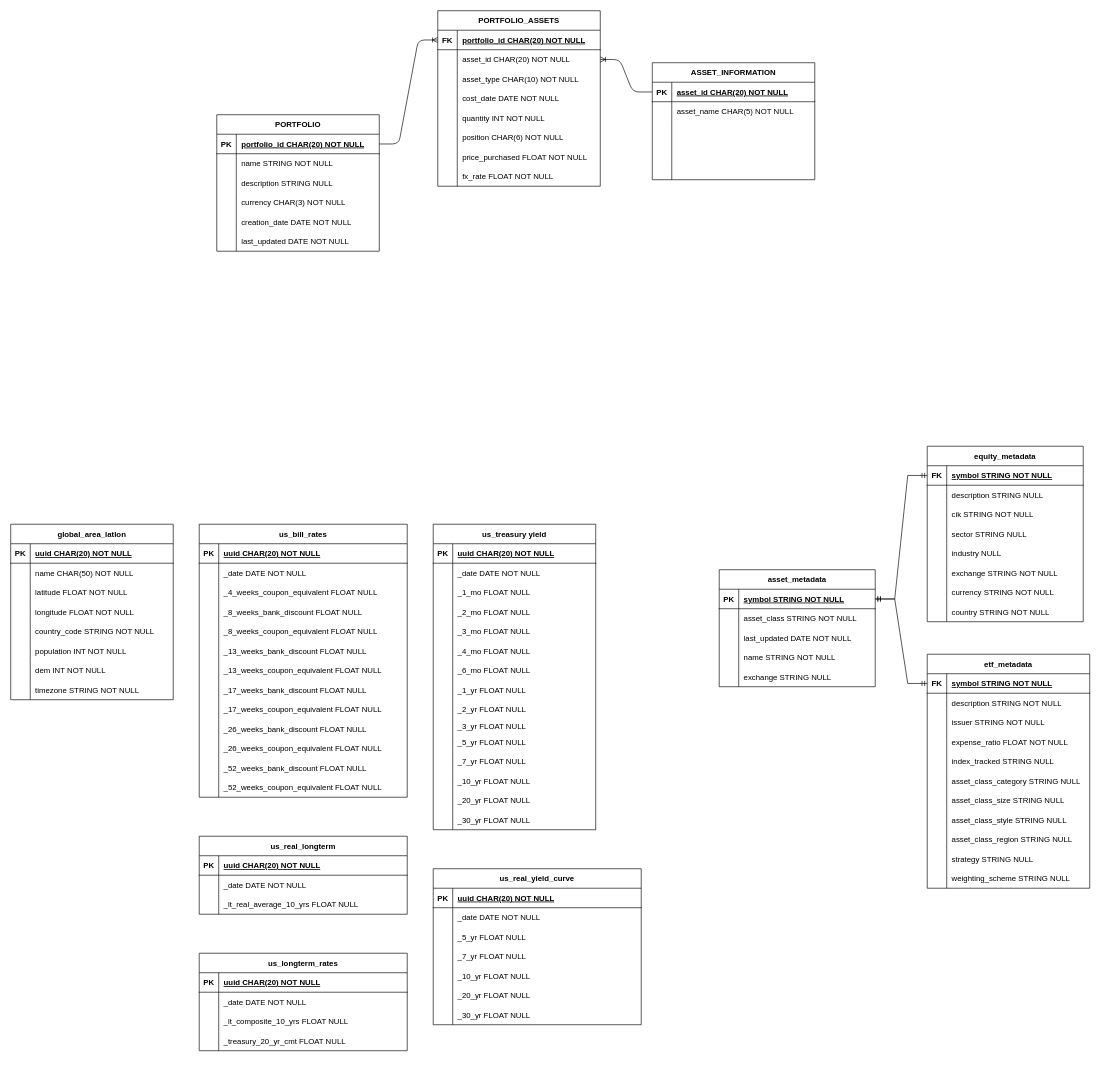
Before: assets/erd.drawio in lvxhnat/ion, a draw.io diagram. Source tidied: cells renumbered, new cells numbered last; positions are measured from the earlier drawing's top-left corner, leaving out a move shared by most shapes. Both pictures are drawn from the tidied source at 65%, with x=0, y=0 at pixel (10, 10).
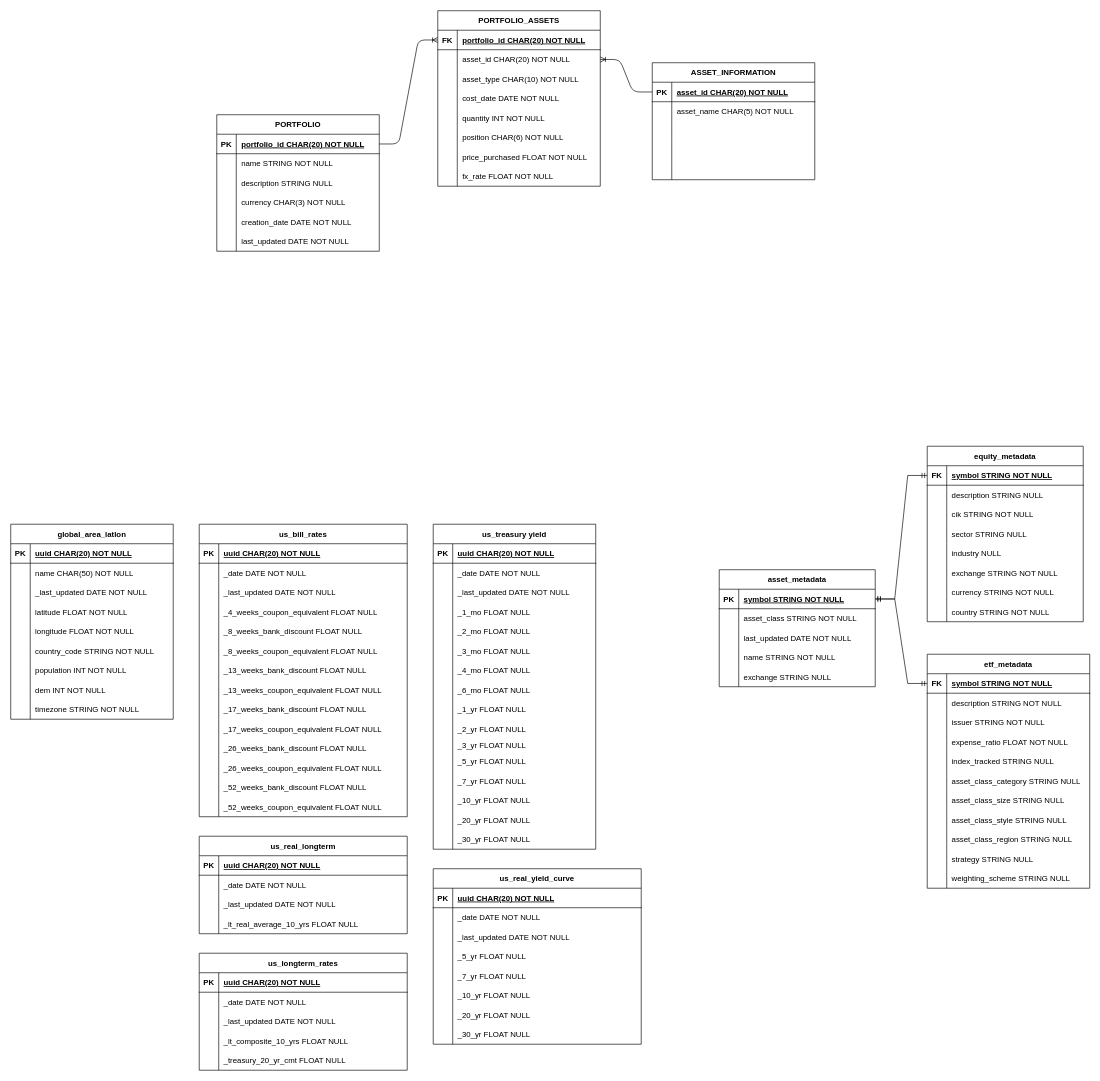
Above is the later version.

What changed in the source:
```diff
@@
     <mxCell id="64" value="global_area_latlon" style="shape=table;startSize=30;childLayout=tableLayout;rowLines=0;fontStyle=1;align=center;" parent="1" vertex="1">
-      <mxGeometry y="790" width="250" height="270" as="geometry" />
+      <mxGeometry y="790" width="250" height="300" as="geometry" />
     </mxCell>
@@
+    <mxCell id="297" style="shape=partialRectangle;fillColor=none;top=0;left=0;right=0;bottom=0;" parent="64" vertex="1">
+      <mxGeometry y="90" width="250" height="30" as="geometry" />
+    </mxCell>
+    <mxCell id="298" style="shape=partialRectangle;overflow=hidden;fillColor=none;top=0;left=0;bottom=0;right=0;" parent="297" vertex="1">
+      <mxGeometry width="30" height="30" as="geometry" />
+    </mxCell>
+    <mxCell id="299" value="_last_updated DATE NOT NULL" style="shape=partialRectangle;overflow=hidden;fillColor=none;top=0;left=0;bottom=0;right=0;align=left;spacingLeft=6;" parent="297" vertex="1">
+      <mxGeometry x="30" width="220" height="30" as="geometry" />
+    </mxCell>
     <mxCell id="71" style="shape=partialRectangle;fillColor=none;top=0;left=0;right=0;bottom=0;" parent="64" vertex="1">
-      <mxGeometry y="90" width="250" height="30" as="geometry" />
+      <mxGeometry y="120" width="250" height="30" as="geometry" />
     </mxCell>
@@
     <mxCell id="74" style="shape=partialRectangle;fillColor=none;top=0;left=0;right=0;bottom=0;" parent="64" vertex="1">
-      <mxGeometry y="120" width="250" height="30" as="geometry" />
+      <mxGeometry y="150" width="250" height="30" as="geometry" />
     </mxCell>
@@
     <mxCell id="77" style="shape=partialRectangle;fillColor=none;top=0;left=0;right=0;bottom=0;" parent="64" vertex="1">
-      <mxGeometry y="150" width="250" height="30" as="geometry" />
+      <mxGeometry y="180" width="250" height="30" as="geometry" />
     </mxCell>
@@
     <mxCell id="80" style="shape=partialRectangle;fillColor=none;top=0;left=0;right=0;bottom=0;" parent="64" vertex="1">
-      <mxGeometry y="180" width="250" height="30" as="geometry" />
+      <mxGeometry y="210" width="250" height="30" as="geometry" />
     </mxCell>
@@
     <mxCell id="83" style="shape=partialRectangle;fillColor=none;top=0;left=0;right=0;bottom=0;" parent="64" vertex="1">
-      <mxGeometry y="210" width="250" height="30" as="geometry" />
+      <mxGeometry y="240" width="250" height="30" as="geometry" />
     </mxCell>
@@
     <mxCell id="86" style="shape=partialRectangle;fillColor=none;top=0;left=0;right=0;bottom=0;" parent="64" vertex="1">
-      <mxGeometry y="240" width="250" height="30" as="geometry" />
+      <mxGeometry y="270" width="250" height="30" as="geometry" />
     </mxCell>
@@
     <mxCell id="89" value="us_bill_rates" style="shape=table;startSize=30;childLayout=tableLayout;rowLines=0;fontStyle=1;align=center;" parent="1" vertex="1">
-      <mxGeometry x="290" y="790" width="320" height="420" as="geometry" />
+      <mxGeometry x="290" y="790" width="320" height="450" as="geometry" />
     </mxCell>
@@
+    <mxCell id="300" style="shape=partialRectangle;fillColor=none;top=0;left=0;right=0;bottom=0;" parent="89" vertex="1">
+      <mxGeometry y="90" width="320" height="30" as="geometry" />
+    </mxCell>
+    <mxCell id="301" style="shape=partialRectangle;overflow=hidden;fillColor=none;top=0;left=0;bottom=0;right=0;" parent="300" vertex="1">
+      <mxGeometry width="30" height="30" as="geometry" />
+    </mxCell>
+    <mxCell id="302" value="_last_updated DATE NOT NULL" style="shape=partialRectangle;overflow=hidden;fillColor=none;top=0;left=0;bottom=0;right=0;align=left;spacingLeft=6;" parent="300" vertex="1">
+      <mxGeometry x="30" width="290" height="30" as="geometry" />
+    </mxCell>
     <mxCell id="96" style="shape=partialRectangle;fillColor=none;top=0;left=0;right=0;bottom=0;" parent="89" vertex="1">
-      <mxGeometry y="90" width="320" height="30" as="geometry" />
+      <mxGeometry y="120" width="320" height="30" as="geometry" />
     </mxCell>
@@
     <mxCell id="99" style="shape=partialRectangle;fillColor=none;top=0;left=0;right=0;bottom=0;" parent="89" vertex="1">
-      <mxGeometry y="120" width="320" height="30" as="geometry" />
+      <mxGeometry y="150" width="320" height="30" as="geometry" />
     </mxCell>
@@
     <mxCell id="102" style="shape=partialRectangle;fillColor=none;top=0;left=0;right=0;bottom=0;" parent="89" vertex="1">
-      <mxGeometry y="150" width="320" height="30" as="geometry" />
+      <mxGeometry y="180" width="320" height="30" as="geometry" />
     </mxCell>
@@
     <mxCell id="105" style="shape=partialRectangle;fillColor=none;top=0;left=0;right=0;bottom=0;" parent="89" vertex="1">
-      <mxGeometry y="180" width="320" height="30" as="geometry" />
+      <mxGeometry y="210" width="320" height="30" as="geometry" />
     </mxCell>
@@
     <mxCell id="108" style="shape=partialRectangle;fillColor=none;top=0;left=0;right=0;bottom=0;" parent="89" vertex="1">
-      <mxGeometry y="210" width="320" height="30" as="geometry" />
+      <mxGeometry y="240" width="320" height="30" as="geometry" />
     </mxCell>
@@
     <mxCell id="111" style="shape=partialRectangle;fillColor=none;top=0;left=0;right=0;bottom=0;" parent="89" vertex="1">
-      <mxGeometry y="240" width="320" height="30" as="geometry" />
+      <mxGeometry y="270" width="320" height="30" as="geometry" />
     </mxCell>
@@
     <mxCell id="114" style="shape=partialRectangle;fillColor=none;top=0;left=0;right=0;bottom=0;" parent="89" vertex="1">
-      <mxGeometry y="270" width="320" height="30" as="geometry" />
+      <mxGeometry y="300" width="320" height="30" as="geometry" />
     </mxCell>
@@
     <mxCell id="117" style="shape=partialRectangle;fillColor=none;top=0;left=0;right=0;bottom=0;" parent="89" vertex="1">
-      <mxGeometry y="300" width="320" height="30" as="geometry" />
+      <mxGeometry y="330" width="320" height="30" as="geometry" />
     </mxCell>
@@
     <mxCell id="120" style="shape=partialRectangle;fillColor=none;top=0;left=0;right=0;bottom=0;" parent="89" vertex="1">
-      <mxGeometry y="330" width="320" height="30" as="geometry" />
+      <mxGeometry y="360" width="320" height="30" as="geometry" />
     </mxCell>
@@
     <mxCell id="123" style="shape=partialRectangle;fillColor=none;top=0;left=0;right=0;bottom=0;" parent="89" vertex="1">
-      <mxGeometry y="360" width="320" height="30" as="geometry" />
+      <mxGeometry y="390" width="320" height="30" as="geometry" />
     </mxCell>
@@
     <mxCell id="126" style="shape=partialRectangle;fillColor=none;top=0;left=0;right=0;bottom=0;" parent="89" vertex="1">
-      <mxGeometry y="390" width="320" height="30" as="geometry" />
+      <mxGeometry y="420" width="320" height="30" as="geometry" />
     </mxCell>
@@
     <mxCell id="129" value="us_treasury yield" style="shape=table;startSize=30;childLayout=tableLayout;rowLines=0;fontStyle=1;align=center;" parent="1" vertex="1">
-      <mxGeometry x="650" y="790" width="250" height="470" as="geometry" />
+      <mxGeometry x="650" y="790" width="250" height="500" as="geometry" />
     </mxCell>
@@
+    <mxCell id="303" style="shape=partialRectangle;fillColor=none;top=0;left=0;right=0;bottom=0;" parent="129" vertex="1">
+      <mxGeometry y="90" width="250" height="30" as="geometry" />
+    </mxCell>
+    <mxCell id="304" style="shape=partialRectangle;overflow=hidden;fillColor=none;top=0;left=0;bottom=0;right=0;" parent="303" vertex="1">
+      <mxGeometry width="30" height="30" as="geometry" />
+    </mxCell>
+    <mxCell id="305" value="_last_updated DATE NOT NULL" style="shape=partialRectangle;overflow=hidden;fillColor=none;top=0;left=0;bottom=0;right=0;align=left;spacingLeft=6;" parent="303" vertex="1">
+      <mxGeometry x="30" width="220" height="30" as="geometry" />
+    </mxCell>
     <mxCell id="136" style="shape=partialRectangle;fillColor=none;top=0;left=0;right=0;bottom=0;" parent="129" vertex="1">
-      <mxGeometry y="90" width="250" height="30" as="geometry" />
+      <mxGeometry y="120" width="250" height="30" as="geometry" />
     </mxCell>
@@
     <mxCell id="139" style="shape=partialRectangle;fillColor=none;top=0;left=0;right=0;bottom=0;" parent="129" vertex="1">
-      <mxGeometry y="120" width="250" height="30" as="geometry" />
+      <mxGeometry y="150" width="250" height="30" as="geometry" />
     </mxCell>
@@
     <mxCell id="142" style="shape=partialRectangle;fillColor=none;top=0;left=0;right=0;bottom=0;" parent="129" vertex="1">
-      <mxGeometry y="150" width="250" height="30" as="geometry" />
+      <mxGeometry y="180" width="250" height="30" as="geometry" />
     </mxCell>
@@
     <mxCell id="145" style="shape=partialRectangle;fillColor=none;top=0;left=0;right=0;bottom=0;" parent="129" vertex="1">
-      <mxGeometry y="180" width="250" height="30" as="geometry" />
+      <mxGeometry y="210" width="250" height="30" as="geometry" />
     </mxCell>
@@
     <mxCell id="148" style="shape=partialRectangle;fillColor=none;top=0;left=0;right=0;bottom=0;" parent="129" vertex="1">
-      <mxGeometry y="210" width="250" height="30" as="geometry" />
+      <mxGeometry y="240" width="250" height="30" as="geometry" />
     </mxCell>
@@
     <mxCell id="151" style="shape=partialRectangle;fillColor=none;top=0;left=0;right=0;bottom=0;" parent="129" vertex="1">
-      <mxGeometry y="240" width="250" height="30" as="geometry" />
+      <mxGeometry y="270" width="250" height="30" as="geometry" />
     </mxCell>
@@
     <mxCell id="154" style="shape=partialRectangle;fillColor=none;top=0;left=0;right=0;bottom=0;" parent="129" vertex="1">
-      <mxGeometry y="270" width="250" height="30" as="geometry" />
+      <mxGeometry y="300" width="250" height="30" as="geometry" />
     </mxCell>
@@
     <mxCell id="157" style="shape=partialRectangle;fillColor=none;top=0;left=0;right=0;bottom=0;" parent="129" vertex="1">
-      <mxGeometry y="300" width="250" height="20" as="geometry" />
+      <mxGeometry y="330" width="250" height="20" as="geometry" />
     </mxCell>
@@
     <mxCell id="160" style="shape=partialRectangle;fillColor=none;top=0;left=0;right=0;bottom=0;" parent="129" vertex="1">
-      <mxGeometry y="320" width="250" height="30" as="geometry" />
+      <mxGeometry y="350" width="250" height="30" as="geometry" />
     </mxCell>
@@
     <mxCell id="163" style="shape=partialRectangle;fillColor=none;top=0;left=0;right=0;bottom=0;" parent="129" vertex="1">
-      <mxGeometry y="350" width="250" height="30" as="geometry" />
+      <mxGeometry y="380" width="250" height="30" as="geometry" />
     </mxCell>
@@
     <mxCell id="166" style="shape=partialRectangle;fillColor=none;top=0;left=0;right=0;bottom=0;" parent="129" vertex="1">
-      <mxGeometry y="380" width="250" height="30" as="geometry" />
+      <mxGeometry y="410" width="250" height="30" as="geometry" />
     </mxCell>
@@
     <mxCell id="169" style="shape=partialRectangle;fillColor=none;top=0;left=0;right=0;bottom=0;" parent="129" vertex="1">
-      <mxGeometry y="410" width="250" height="30" as="geometry" />
+      <mxGeometry y="440" width="250" height="30" as="geometry" />
     </mxCell>
@@
     <mxCell id="172" style="shape=partialRectangle;fillColor=none;top=0;left=0;right=0;bottom=0;" parent="129" vertex="1">
-      <mxGeometry y="440" width="250" height="30" as="geometry" />
+      <mxGeometry y="470" width="250" height="30" as="geometry" />
     </mxCell>
@@
     <mxCell id="175" value="us_real_longterm" style="shape=table;startSize=30;childLayout=tableLayout;rowLines=0;fontStyle=1;align=center;" parent="1" vertex="1">
-      <mxGeometry x="290" y="1270" width="320" height="120" as="geometry" />
+      <mxGeometry x="290" y="1270" width="320" height="150" as="geometry" />
     </mxCell>
@@
+    <mxCell id="306" style="shape=partialRectangle;fillColor=none;top=0;left=0;right=0;bottom=0;" parent="175" vertex="1">
+      <mxGeometry y="90" width="320" height="30" as="geometry" />
+    </mxCell>
+    <mxCell id="307" style="shape=partialRectangle;overflow=hidden;fillColor=none;top=0;left=0;bottom=0;right=0;" parent="306" vertex="1">
+      <mxGeometry width="30" height="30" as="geometry" />
+    </mxCell>
+    <mxCell id="308" value="_last_updated DATE NOT NULL" style="shape=partialRectangle;overflow=hidden;fillColor=none;top=0;left=0;bottom=0;right=0;align=left;spacingLeft=6;" parent="306" vertex="1">
+      <mxGeometry x="30" width="290" height="30" as="geometry" />
+    </mxCell>
     <mxCell id="182" style="shape=partialRectangle;fillColor=none;top=0;left=0;right=0;bottom=0;" parent="175" vertex="1">
-      <mxGeometry y="90" width="320" height="30" as="geometry" />
+      <mxGeometry y="120" width="320" height="30" as="geometry" />
     </mxCell>
@@
     <mxCell id="185" value="us_longterm_rates" style="shape=table;startSize=30;childLayout=tableLayout;rowLines=0;fontStyle=1;align=center;" parent="1" vertex="1">
-      <mxGeometry x="290" y="1450" width="320" height="150" as="geometry" />
+      <mxGeometry x="290" y="1450" width="320" height="180" as="geometry" />
     </mxCell>
@@
+    <mxCell id="309" style="shape=partialRectangle;fillColor=none;top=0;left=0;right=0;bottom=0;" parent="185" vertex="1">
+      <mxGeometry y="60" width="320" height="30" as="geometry" />
+    </mxCell>
+    <mxCell id="310" style="shape=partialRectangle;overflow=hidden;fillColor=none;top=0;left=0;bottom=0;right=0;" parent="309" vertex="1">
+      <mxGeometry width="30" height="30" as="geometry" />
+    </mxCell>
+    <mxCell id="311" value="_date DATE NOT NULL" style="shape=partialRectangle;overflow=hidden;fillColor=none;top=0;left=0;bottom=0;right=0;align=left;spacingLeft=6;" parent="309" vertex="1">
+      <mxGeometry x="30" width="290" height="30" as="geometry" />
+    </mxCell>
     <mxCell id="189" style="shape=partialRectangle;fillColor=none;top=0;left=0;right=0;bottom=0;" parent="185" vertex="1">
-      <mxGeometry y="60" width="320" height="30" as="geometry" />
+      <mxGeometry y="90" width="320" height="30" as="geometry" />
     </mxCell>
@@
-    <mxCell id="191" value="_date DATE NOT NULL" style="shape=partialRectangle;overflow=hidden;fillColor=none;top=0;left=0;bottom=0;right=0;align=left;spacingLeft=6;" parent="189" vertex="1">
+    <mxCell id="191" value="_last_updated DATE NOT NULL" style="shape=partialRectangle;overflow=hidden;fillColor=none;top=0;left=0;bottom=0;right=0;align=left;spacingLeft=6;" parent="189" vertex="1">
       <mxGeometry x="30" width="290" height="30" as="geometry" />
     </mxCell>
     <mxCell id="192" style="shape=partialRectangle;fillColor=none;top=0;left=0;right=0;bottom=0;" parent="185" vertex="1">
-      <mxGeometry y="90" width="320" height="30" as="geometry" />
+      <mxGeometry y="120" width="320" height="30" as="geometry" />
     </mxCell>
@@
     <mxCell id="195" style="shape=partialRectangle;fillColor=none;top=0;left=0;right=0;bottom=0;" parent="185" vertex="1">
-      <mxGeometry y="120" width="320" height="30" as="geometry" />
+      <mxGeometry y="150" width="320" height="30" as="geometry" />
     </mxCell>
@@
     <mxCell id="198" value="us_real_yield_curve" style="shape=table;startSize=30;childLayout=tableLayout;rowLines=0;fontStyle=1;align=center;" parent="1" vertex="1">
-      <mxGeometry x="650" y="1320" width="320" height="240" as="geometry" />
+      <mxGeometry x="650" y="1320" width="320" height="270" as="geometry" />
     </mxCell>
@@
+    <mxCell id="312" style="shape=partialRectangle;fillColor=none;top=0;left=0;right=0;bottom=0;" parent="198" vertex="1">
+      <mxGeometry y="90" width="320" height="30" as="geometry" />
+    </mxCell>
+    <mxCell id="313" style="shape=partialRectangle;overflow=hidden;fillColor=none;top=0;left=0;bottom=0;right=0;" parent="312" vertex="1">
+      <mxGeometry width="30" height="30" as="geometry" />
+    </mxCell>
+    <mxCell id="314" value="_last_updated DATE NOT NULL" style="shape=partialRectangle;overflow=hidden;fillColor=none;top=0;left=0;bottom=0;right=0;align=left;spacingLeft=6;" parent="312" vertex="1">
+      <mxGeometry x="30" width="290" height="30" as="geometry" />
+    </mxCell>
     <mxCell id="205" style="shape=partialRectangle;fillColor=none;top=0;left=0;right=0;bottom=0;" parent="198" vertex="1">
-      <mxGeometry y="90" width="320" height="30" as="geometry" />
+      <mxGeometry y="120" width="320" height="30" as="geometry" />
     </mxCell>
@@
     <mxCell id="208" style="shape=partialRectangle;fillColor=none;top=0;left=0;right=0;bottom=0;" parent="198" vertex="1">
-      <mxGeometry y="120" width="320" height="30" as="geometry" />
+      <mxGeometry y="150" width="320" height="30" as="geometry" />
     </mxCell>
@@
     <mxCell id="211" style="shape=partialRectangle;fillColor=none;top=0;left=0;right=0;bottom=0;" parent="198" vertex="1">
-      <mxGeometry y="150" width="320" height="30" as="geometry" />
+      <mxGeometry y="180" width="320" height="30" as="geometry" />
     </mxCell>
@@
     <mxCell id="214" style="shape=partialRectangle;fillColor=none;top=0;left=0;right=0;bottom=0;" parent="198" vertex="1">
-      <mxGeometry y="180" width="320" height="30" as="geometry" />
+      <mxGeometry y="210" width="320" height="30" as="geometry" />
     </mxCell>
@@
     <mxCell id="217" style="shape=partialRectangle;fillColor=none;top=0;left=0;right=0;bottom=0;" parent="198" vertex="1">
-      <mxGeometry y="210" width="320" height="30" as="geometry" />
+      <mxGeometry y="240" width="320" height="30" as="geometry" />
     </mxCell>
```
